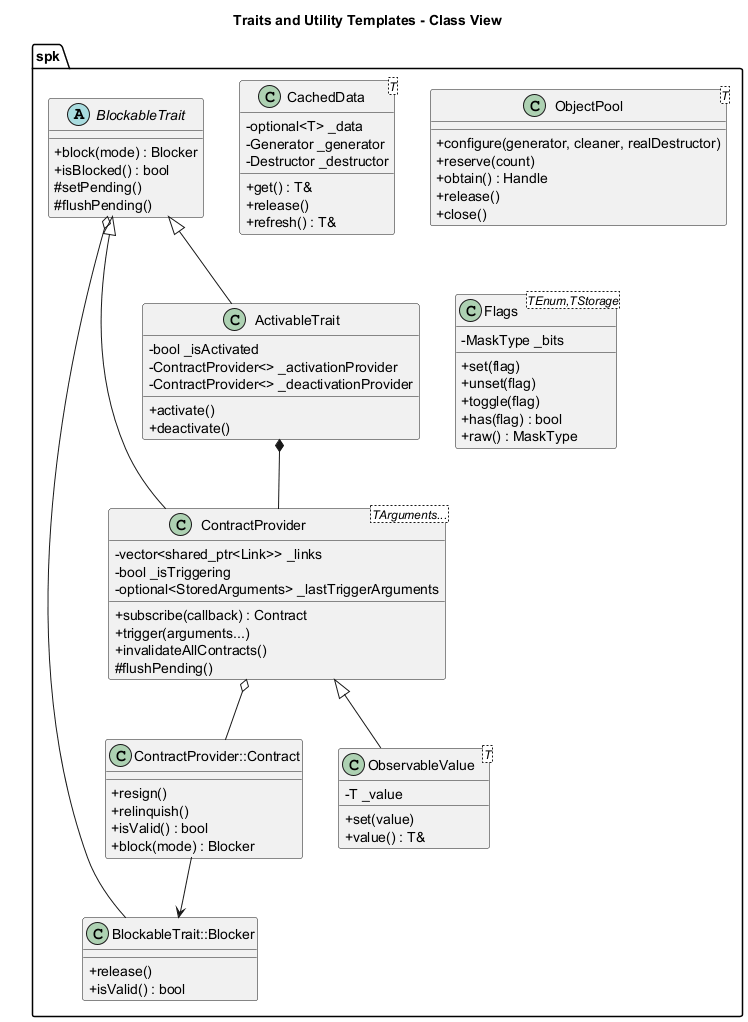
Before: documentation/architecture/diagrams/traits-and-utilities-class.png, a diagram exported from PlantUML (Hyarius/Sparkle).
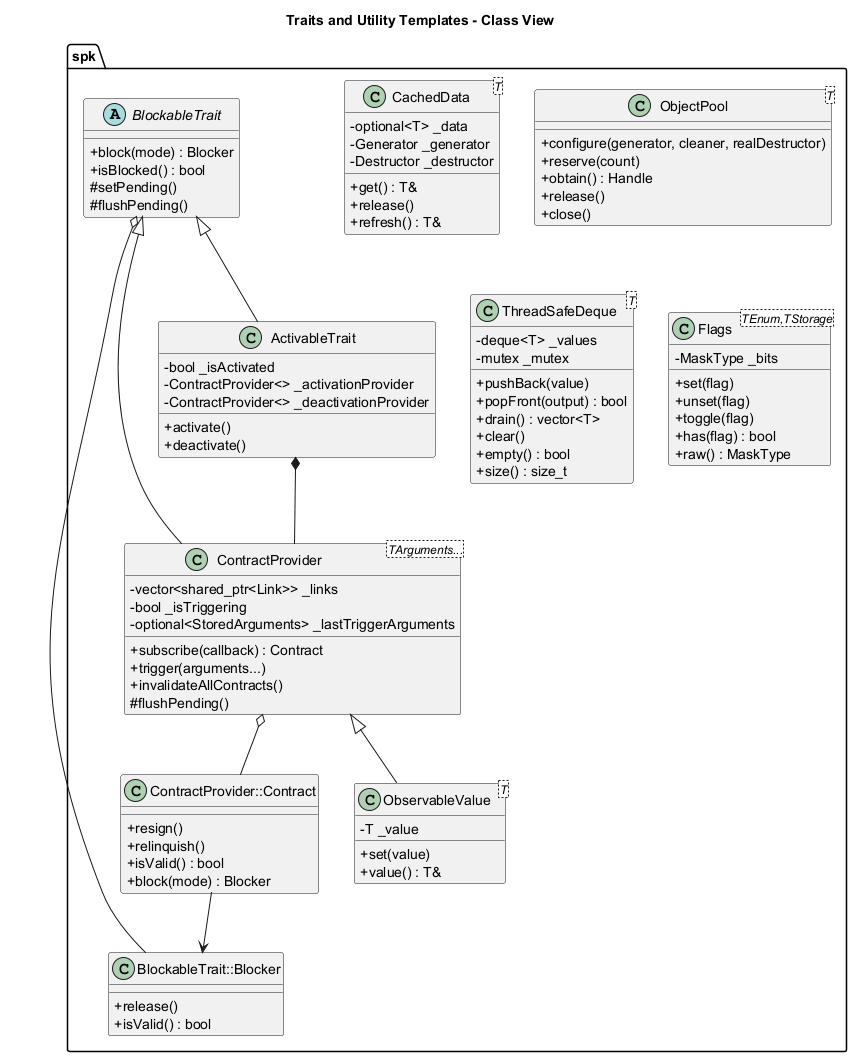
Above is the later version.

Diff of the diagram source:
```diff
@@ -64,6 +64,17 @@
 		+ close()
 	}
 
+	class "ThreadSafeDeque<T>" as ThreadSafeDeque {
+		- deque<T> _values
+		- mutex _mutex
+		+ pushBack(value)
+		+ popFront(output) : bool
+		+ drain() : vector<T>
+		+ clear()
+		+ empty() : bool
+		+ size() : size_t
+	}
+
 	class "Flags<TEnum,TStorage>" as Flags {
 		- MaskType _bits
 		+ set(flag)
```
